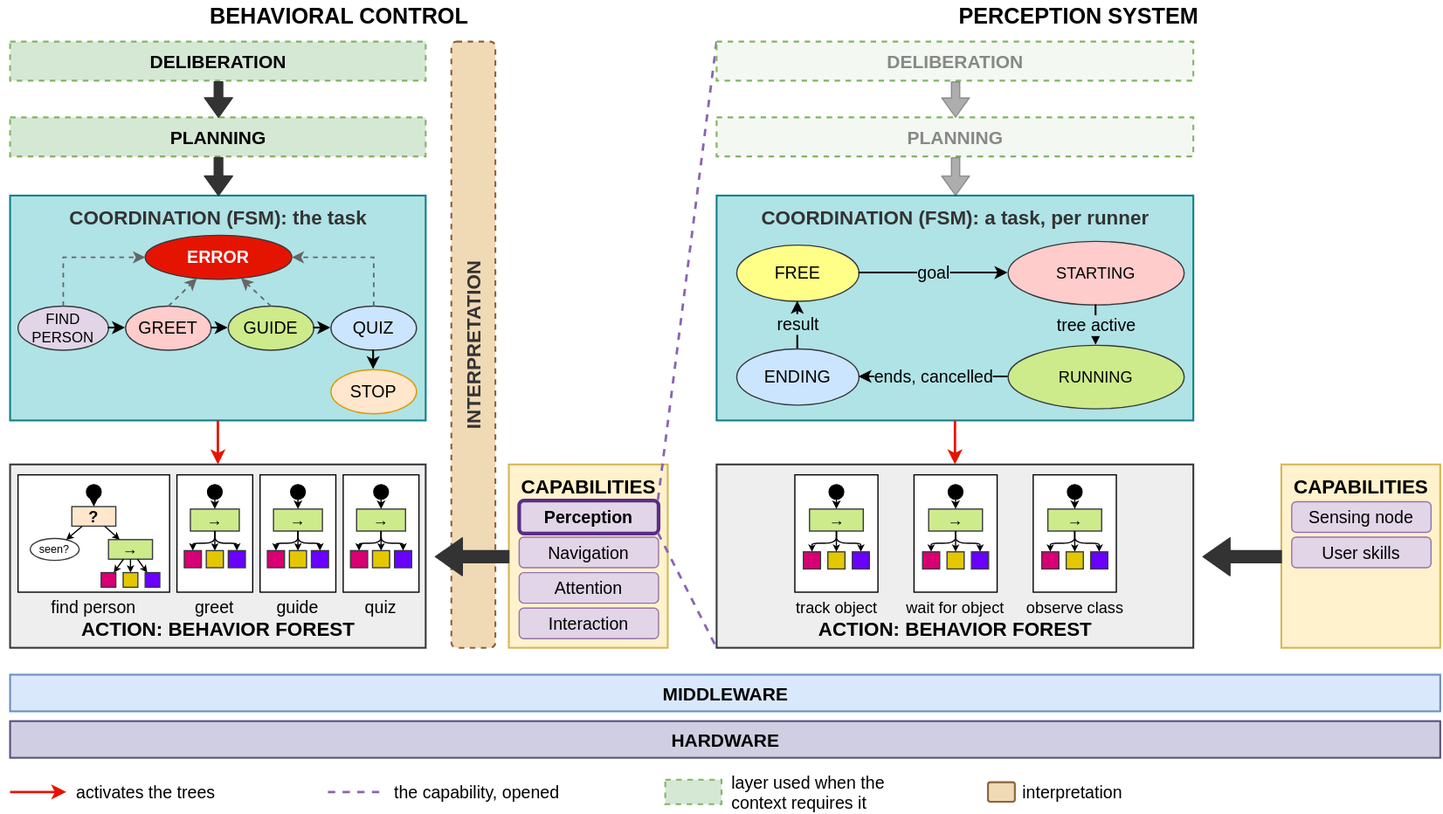
The draw.io diagram media/perception_fractal_architecture.drawio.svg in geriabot/perception_system, before a commit. Source tidied: cells renumbered, new cells last; positions are measured from the earlier drawing's top-left corner, leaving out a move shared by most shapes.
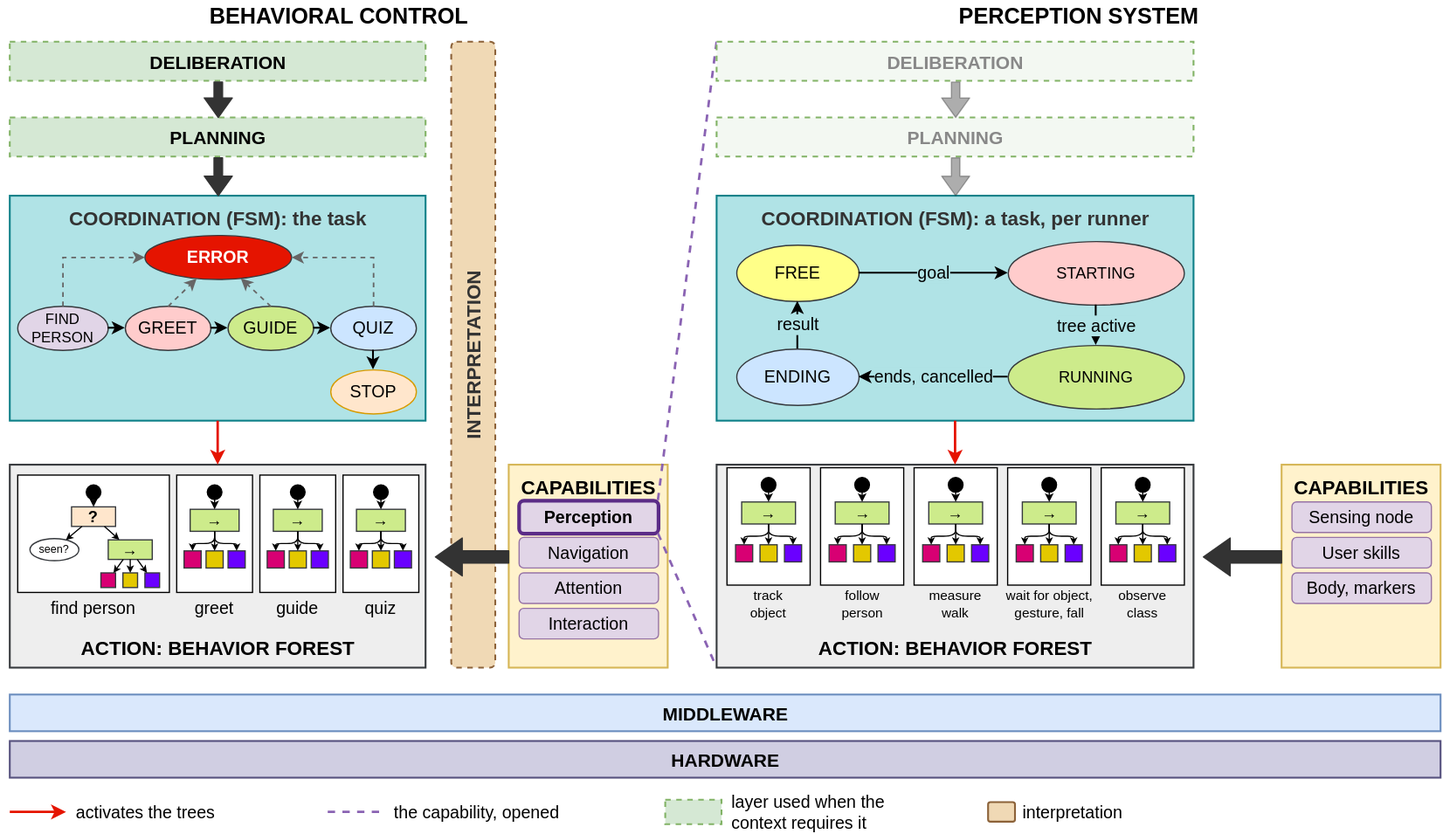
The same diagram one commit later.

Change to the diagram source:
```diff
@@ -5,3 +5,3 @@
     <mxCell id="2" value="INTERPRETATION" style="rounded=1;arcSize=12;whiteSpace=wrap;html=1;fillColor=#f0d9b5;strokeColor=#8c6239;strokeWidth=1.5;horizontal=0;fontStyle=1;fontSize=16;fontColor=#333333;fontFamily=Helvetica;dashed=1;" parent="1" vertex="1">
-      <mxGeometry x="361" y="34" width="36" height="496" as="geometry" />
+      <mxGeometry x="361" y="34" width="36" height="512" as="geometry" />
     </mxCell>
@@ -59,3 +59,3 @@
     <mxCell id="20" value="ACTION: BEHAVIOR FOREST" style="rounded=0;whiteSpace=wrap;html=1;fillColor=#eeeeee;strokeColor=#36393d;strokeWidth=1.5;verticalAlign=bottom;spacingBottom=4;fontStyle=1;fontSize=16;fontFamily=Helvetica;" parent="1" vertex="1">
-      <mxGeometry y="380" width="340" height="150" as="geometry" />
+      <mxGeometry y="380" width="340" height="166" as="geometry" />
     </mxCell>
@@ -167,3 +167,3 @@
     <mxCell id="55" value="CAPABILITIES" style="rounded=0;whiteSpace=wrap;html=1;fillColor=#fff2cc;strokeColor=#d6b656;strokeWidth=1.5;verticalAlign=top;fontStyle=1;fontSize=16;spacingTop=2;fontFamily=Helvetica;" parent="1" vertex="1">
-      <mxGeometry x="408" y="380" width="130" height="150" as="geometry" />
+      <mxGeometry x="408" y="380" width="130" height="166" as="geometry" />
     </mxCell>
@@ -181,3 +181,3 @@
     </mxCell>
-    <mxCell id="60" style="shape=flexArrow;endArrow=classic;html=1;fillColor=#333333;strokeColor=#333333;width=10;endSize=7;endWidth=20;exitX=0;exitY=0.5;" parent="1" edge="1" source="55">
+    <mxCell id="60" style="shape=flexArrow;endArrow=classic;html=1;fillColor=#333333;strokeColor=#333333;width=10;endSize=7;endWidth=20;exitX=0;exitY=0.4518;" parent="1" edge="1" source="55">
       <mxGeometry relative="1" as="geometry">
@@ -195,3 +195,3 @@
         <mxPoint x="530" y="436" as="sourcePoint" />
-        <mxPoint x="578" y="530" as="targetPoint" />
+        <mxPoint x="578" y="546" as="targetPoint" />
       </mxGeometry>
@@ -241,3 +241,3 @@
     <mxCell id="77" value="ACTION: BEHAVIOR FOREST" style="rounded=0;whiteSpace=wrap;html=1;fillColor=#eeeeee;strokeColor=#36393d;strokeWidth=1.5;verticalAlign=bottom;spacingBottom=4;fontStyle=1;fontSize=16;fontFamily=Helvetica;" parent="1" vertex="1">
-      <mxGeometry x="578" y="380" width="390" height="150" as="geometry" />
+      <mxGeometry x="578" y="380" width="390" height="166" as="geometry" />
     </mxCell>
@@ -250,3 +250,3 @@
     <mxCell id="79" value="CAPABILITIES" style="rounded=0;whiteSpace=wrap;html=1;fillColor=#fff2cc;strokeColor=#d6b656;strokeWidth=1.5;verticalAlign=top;fontStyle=1;fontSize=16;spacingTop=2;fontFamily=Helvetica;" parent="1" vertex="1">
-      <mxGeometry x="1040" y="380" width="130" height="150" as="geometry" />
+      <mxGeometry x="1040" y="380" width="130" height="166" as="geometry" />
     </mxCell>
@@ -258,3 +258,3 @@
     </mxCell>
-    <mxCell id="82" style="shape=flexArrow;endArrow=classic;html=1;fillColor=#333333;strokeColor=#333333;width=10;endSize=7;endWidth=20;exitX=0;exitY=0.5;" parent="1" edge="1" source="79">
+    <mxCell id="82" style="shape=flexArrow;endArrow=classic;html=1;fillColor=#333333;strokeColor=#333333;width=10;endSize=7;endWidth=20;exitX=0;exitY=0.4518;" parent="1" edge="1" source="79">
       <mxGeometry relative="1" as="geometry">
@@ -264,6 +264,6 @@
     <mxCell id="83" value="&lt;b&gt;MIDDLEWARE&lt;/b&gt;" style="rounded=0;whiteSpace=wrap;html=1;fillColor=#dae8fc;strokeColor=#6c8ebf;strokeWidth=1.5;fontSize=15;fontFamily=Helvetica;" parent="1" vertex="1">
-      <mxGeometry y="552" width="1170" height="30" as="geometry" />
+      <mxGeometry y="568" width="1170" height="30" as="geometry" />
     </mxCell>
     <mxCell id="84" value="&lt;b&gt;HARDWARE&lt;/b&gt;" style="rounded=0;whiteSpace=wrap;html=1;fillColor=#d0cee2;strokeColor=#56517e;strokeWidth=1.5;fontSize=15;fontFamily=Helvetica;" parent="1" vertex="1">
-      <mxGeometry y="590" width="1170" height="30" as="geometry" />
+      <mxGeometry y="606" width="1170" height="30" as="geometry" />
     </mxCell>
@@ -271,4 +271,4 @@
       <mxGeometry relative="1" as="geometry">
-        <mxPoint y="648" as="sourcePoint" />
-        <mxPoint x="46" y="648" as="targetPoint" />
+        <mxPoint y="664" as="sourcePoint" />
+        <mxPoint x="46" y="664" as="targetPoint" />
       </mxGeometry>
@@ -276,3 +276,3 @@
     <mxCell id="86" value="activates the trees" style="text;html=1;align=center;verticalAlign=middle;whiteSpace=wrap;strokeColor=none;fillColor=none;fontFamily=Helvetica;align=left;fontSize=14;" parent="1" vertex="1">
-      <mxGeometry x="52" y="636" width="220" height="24" as="geometry" />
+      <mxGeometry x="52" y="652" width="220" height="24" as="geometry" />
     </mxCell>
@@ -280,4 +280,4 @@
       <mxGeometry relative="1" as="geometry">
-        <mxPoint x="260" y="648" as="sourcePoint" />
-        <mxPoint x="306" y="648" as="targetPoint" />
+        <mxPoint x="260" y="664" as="sourcePoint" />
+        <mxPoint x="306" y="664" as="targetPoint" />
       </mxGeometry>
@@ -285,18 +285,18 @@
     <mxCell id="88" value="the capability, opened" style="text;html=1;align=center;verticalAlign=middle;whiteSpace=wrap;strokeColor=none;fillColor=none;fontFamily=Helvetica;align=left;fontSize=14;" parent="1" vertex="1">
-      <mxGeometry x="312" y="636" width="210" height="24" as="geometry" />
+      <mxGeometry x="312" y="652" width="210" height="24" as="geometry" />
     </mxCell>
     <mxCell id="89" style="rounded=0;whiteSpace=wrap;html=1;fillColor=#d5e8d4;strokeColor=#82b366;strokeWidth=1.5;dashed=1;fontSize=15;fontFamily=Helvetica;" parent="1" vertex="1">
-      <mxGeometry x="536" y="638" width="46" height="20" as="geometry" />
+      <mxGeometry x="536" y="654" width="46" height="20" as="geometry" />
     </mxCell>
     <mxCell id="90" value="layer used when the context requires it" style="text;html=1;align=center;verticalAlign=middle;whiteSpace=wrap;strokeColor=none;fillColor=none;fontFamily=Helvetica;align=left;fontSize=14;" parent="1" vertex="1">
-      <mxGeometry x="588" y="636" width="160" height="24" as="geometry" />
+      <mxGeometry x="588" y="652" width="160" height="24" as="geometry" />
     </mxCell>
     <mxCell id="91" style="rounded=0;whiteSpace=wrap;html=1;fillColor=#ffffff;strokeColor=#000000;" parent="1" vertex="1">
-      <mxGeometry x="641.5" y="388" width="68" height="96" as="geometry" />
+      <mxGeometry x="586" y="382" width="68" height="96" as="geometry" />
     </mxCell>
     <mxCell id="92" style="ellipse;fillColor=#000000;strokeColor=#000000;" parent="1" vertex="1">
-      <mxGeometry x="669.5" y="396" width="12" height="12" as="geometry" />
+      <mxGeometry x="614" y="390" width="12" height="12" as="geometry" />
     </mxCell>
     <mxCell id="93" value="→" style="rounded=0;whiteSpace=wrap;html=1;fillColor=#cdeb8b;strokeColor=#36393d;fontSize=13;fontStyle=1;" parent="1" vertex="1">
-      <mxGeometry x="653.5" y="416" width="44" height="18" as="geometry" />
+      <mxGeometry x="598" y="410" width="44" height="18" as="geometry" />
     </mxCell>
@@ -306,3 +306,3 @@
     <mxCell id="95" style="rounded=0;fillColor=#d80073;strokeColor=#36393d;" parent="1" vertex="1">
-      <mxGeometry x="648.5" y="451" width="14" height="14" as="geometry" />
+      <mxGeometry x="593" y="445" width="14" height="14" as="geometry" />
     </mxCell>
@@ -312,3 +312,3 @@
     <mxCell id="97" style="rounded=0;fillColor=#e3c800;strokeColor=#36393d;" parent="1" vertex="1">
-      <mxGeometry x="668.5" y="451" width="14" height="14" as="geometry" />
+      <mxGeometry x="613" y="445" width="14" height="14" as="geometry" />
     </mxCell>
@@ -318,3 +318,3 @@
     <mxCell id="99" style="rounded=0;fillColor=#6a00ff;strokeColor=#36393d;" parent="1" vertex="1">
-      <mxGeometry x="688.5" y="451" width="14" height="14" as="geometry" />
+      <mxGeometry x="633" y="445" width="14" height="14" as="geometry" />
     </mxCell>
@@ -323,13 +323,13 @@
     </mxCell>
-    <mxCell id="101" value="track object" style="text;html=1;align=center;verticalAlign=middle;whiteSpace=wrap;strokeColor=none;fillColor=none;fontFamily=Helvetica;fontSize=13;" parent="1" vertex="1">
-      <mxGeometry x="620.5" y="486" width="110" height="22" as="geometry" />
+    <mxCell id="101" value="track&lt;br&gt;object" style="text;html=1;align=center;verticalAlign=middle;whiteSpace=wrap;strokeColor=none;fillColor=none;fontFamily=Helvetica;fontSize=13;fontSize=11;" parent="1" vertex="1">
+      <mxGeometry x="580" y="480" width="80" height="28" as="geometry" />
     </mxCell>
     <mxCell id="102" style="rounded=0;whiteSpace=wrap;html=1;fillColor=#ffffff;strokeColor=#000000;" parent="1" vertex="1">
-      <mxGeometry x="739" y="388" width="68" height="96" as="geometry" />
+      <mxGeometry x="662.5" y="382" width="68" height="96" as="geometry" />
     </mxCell>
     <mxCell id="103" style="ellipse;fillColor=#000000;strokeColor=#000000;" parent="1" vertex="1">
-      <mxGeometry x="767" y="396" width="12" height="12" as="geometry" />
+      <mxGeometry x="690.5" y="390" width="12" height="12" as="geometry" />
     </mxCell>
     <mxCell id="104" value="→" style="rounded=0;whiteSpace=wrap;html=1;fillColor=#cdeb8b;strokeColor=#36393d;fontSize=13;fontStyle=1;" parent="1" vertex="1">
-      <mxGeometry x="751" y="416" width="44" height="18" as="geometry" />
+      <mxGeometry x="674.5" y="410" width="44" height="18" as="geometry" />
     </mxCell>
@@ -339,3 +339,3 @@
     <mxCell id="106" style="rounded=0;fillColor=#d80073;strokeColor=#36393d;" parent="1" vertex="1">
-      <mxGeometry x="746" y="451" width="14" height="14" as="geometry" />
+      <mxGeometry x="669.5" y="445" width="14" height="14" as="geometry" />
     </mxCell>
@@ -345,3 +345,3 @@
     <mxCell id="108" style="rounded=0;fillColor=#e3c800;strokeColor=#36393d;" parent="1" vertex="1">
-      <mxGeometry x="766" y="451" width="14" height="14" as="geometry" />
+      <mxGeometry x="689.5" y="445" width="14" height="14" as="geometry" />
     </mxCell>
@@ -351,3 +351,3 @@
     <mxCell id="110" style="rounded=0;fillColor=#6a00ff;strokeColor=#36393d;" parent="1" vertex="1">
-      <mxGeometry x="786" y="451" width="14" height="14" as="geometry" />
+      <mxGeometry x="709.5" y="445" width="14" height="14" as="geometry" />
     </mxCell>
@@ -356,13 +356,13 @@
     </mxCell>
-    <mxCell id="112" value="wait for object" style="text;html=1;align=center;verticalAlign=middle;whiteSpace=wrap;strokeColor=none;fillColor=none;fontFamily=Helvetica;fontSize=13;" parent="1" vertex="1">
-      <mxGeometry x="718" y="486" width="110" height="22" as="geometry" />
+    <mxCell id="112" value="follow&lt;br&gt;person" style="text;html=1;align=center;verticalAlign=middle;whiteSpace=wrap;strokeColor=none;fillColor=none;fontFamily=Helvetica;fontSize=13;fontSize=11;" parent="1" vertex="1">
+      <mxGeometry x="656.5" y="480" width="80" height="28" as="geometry" />
     </mxCell>
     <mxCell id="113" style="rounded=0;whiteSpace=wrap;html=1;fillColor=#ffffff;strokeColor=#000000;" parent="1" vertex="1">
-      <mxGeometry x="836.5" y="388" width="68" height="96" as="geometry" />
+      <mxGeometry x="739" y="382" width="68" height="96" as="geometry" />
     </mxCell>
     <mxCell id="114" style="ellipse;fillColor=#000000;strokeColor=#000000;" parent="1" vertex="1">
-      <mxGeometry x="864.5" y="396" width="12" height="12" as="geometry" />
+      <mxGeometry x="767" y="390" width="12" height="12" as="geometry" />
     </mxCell>
     <mxCell id="115" value="→" style="rounded=0;whiteSpace=wrap;html=1;fillColor=#cdeb8b;strokeColor=#36393d;fontSize=13;fontStyle=1;" parent="1" vertex="1">
-      <mxGeometry x="848.5" y="416" width="44" height="18" as="geometry" />
+      <mxGeometry x="751" y="410" width="44" height="18" as="geometry" />
     </mxCell>
@@ -372,3 +372,3 @@
     <mxCell id="117" style="rounded=0;fillColor=#d80073;strokeColor=#36393d;" parent="1" vertex="1">
-      <mxGeometry x="843.5" y="451" width="14" height="14" as="geometry" />
+      <mxGeometry x="746" y="445" width="14" height="14" as="geometry" />
     </mxCell>
@@ -378,3 +378,3 @@
     <mxCell id="119" style="rounded=0;fillColor=#e3c800;strokeColor=#36393d;" parent="1" vertex="1">
-      <mxGeometry x="863.5" y="451" width="14" height="14" as="geometry" />
+      <mxGeometry x="766" y="445" width="14" height="14" as="geometry" />
     </mxCell>
@@ -384,3 +384,3 @@
     <mxCell id="121" style="rounded=0;fillColor=#6a00ff;strokeColor=#36393d;" parent="1" vertex="1">
-      <mxGeometry x="883.5" y="451" width="14" height="14" as="geometry" />
+      <mxGeometry x="786" y="445" width="14" height="14" as="geometry" />
     </mxCell>
@@ -389,10 +389,76 @@
     </mxCell>
-    <mxCell id="123" value="observe class" style="text;html=1;align=center;verticalAlign=middle;whiteSpace=wrap;strokeColor=none;fillColor=none;fontFamily=Helvetica;fontSize=13;" parent="1" vertex="1">
-      <mxGeometry x="815.5" y="486" width="110" height="22" as="geometry" />
+    <mxCell id="123" value="measure&lt;br&gt;walk" style="text;html=1;align=center;verticalAlign=middle;whiteSpace=wrap;strokeColor=none;fillColor=none;fontFamily=Helvetica;fontSize=13;fontSize=11;" parent="1" vertex="1">
+      <mxGeometry x="733" y="480" width="80" height="28" as="geometry" />
     </mxCell>
+    <mxCell id="144" style="rounded=0;whiteSpace=wrap;html=1;fillColor=#ffffff;strokeColor=#000000;" parent="1" vertex="1">
+      <mxGeometry x="815.5" y="382" width="68" height="96" as="geometry" />
+    </mxCell>
+    <mxCell id="145" style="ellipse;fillColor=#000000;strokeColor=#000000;" parent="1" vertex="1">
+      <mxGeometry x="843.5" y="390" width="12" height="12" as="geometry" />
+    </mxCell>
+    <mxCell id="146" value="→" style="rounded=0;whiteSpace=wrap;html=1;fillColor=#cdeb8b;strokeColor=#36393d;fontSize=13;fontStyle=1;" parent="1" vertex="1">
+      <mxGeometry x="827.5" y="410" width="44" height="18" as="geometry" />
+    </mxCell>
+    <mxCell id="147" style="endArrow=classic;html=1;endSize=4;" parent="1" edge="1" source="145" target="146">
+      <mxGeometry relative="1" as="geometry" />
+    </mxCell>
+    <mxCell id="148" style="rounded=0;fillColor=#d80073;strokeColor=#36393d;" parent="1" vertex="1">
+      <mxGeometry x="822.5" y="445" width="14" height="14" as="geometry" />
+    </mxCell>
+    <mxCell id="149" style="endArrow=classic;html=1;endSize=3;edgeStyle=orthogonalEdgeStyle;" parent="1" edge="1" source="146" target="148">
+      <mxGeometry relative="1" as="geometry" />
+    </mxCell>
+    <mxCell id="150" style="rounded=0;fillColor=#e3c800;strokeColor=#36393d;" parent="1" vertex="1">
+      <mxGeometry x="842.5" y="445" width="14" height="14" as="geometry" />
+    </mxCell>
+    <mxCell id="151" style="endArrow=classic;html=1;endSize=3;edgeStyle=orthogonalEdgeStyle;" parent="1" edge="1" source="146" target="150">
+      <mxGeometry relative="1" as="geometry" />
+    </mxCell>
+    <mxCell id="152" style="rounded=0;fillColor=#6a00ff;strokeColor=#36393d;" parent="1" vertex="1">
+      <mxGeometry x="862.5" y="445" width="14" height="14" as="geometry" />
+    </mxCell>
+    <mxCell id="153" style="endArrow=classic;html=1;endSize=3;edgeStyle=orthogonalEdgeStyle;" parent="1" edge="1" source="146" target="152">
+      <mxGeometry relative="1" as="geometry" />
+    </mxCell>
+    <mxCell id="154" value="wait for object,&lt;br&gt;gesture, fall" style="text;html=1;align=center;verticalAlign=middle;whiteSpace=wrap;strokeColor=none;fillColor=none;fontFamily=Helvetica;fontSize=13;fontSize=11;" parent="1" vertex="1">
+      <mxGeometry x="797.5" y="480" width="104" height="28" as="geometry" />
+    </mxCell>
+    <mxCell id="155" style="rounded=0;whiteSpace=wrap;html=1;fillColor=#ffffff;strokeColor=#000000;" parent="1" vertex="1">
+      <mxGeometry x="892" y="382" width="68" height="96" as="geometry" />
+    </mxCell>
+    <mxCell id="156" style="ellipse;fillColor=#000000;strokeColor=#000000;" parent="1" vertex="1">
+      <mxGeometry x="920" y="390" width="12" height="12" as="geometry" />
+    </mxCell>
+    <mxCell id="157" value="→" style="rounded=0;whiteSpace=wrap;html=1;fillColor=#cdeb8b;strokeColor=#36393d;fontSize=13;fontStyle=1;" parent="1" vertex="1">
+      <mxGeometry x="904" y="410" width="44" height="18" as="geometry" />
+    </mxCell>
+    <mxCell id="158" style="endArrow=classic;html=1;endSize=4;" parent="1" edge="1" source="156" target="157">
+      <mxGeometry relative="1" as="geometry" />
+    </mxCell>
+    <mxCell id="159" style="rounded=0;fillColor=#d80073;strokeColor=#36393d;" parent="1" vertex="1">
+      <mxGeometry x="899" y="445" width="14" height="14" as="geometry" />
+    </mxCell>
+    <mxCell id="160" style="endArrow=classic;html=1;endSize=3;edgeStyle=orthogonalEdgeStyle;" parent="1" edge="1" source="157" target="159">
+      <mxGeometry relative="1" as="geometry" />
+    </mxCell>
+    <mxCell id="161" style="rounded=0;fillColor=#e3c800;strokeColor=#36393d;" parent="1" vertex="1">
+      <mxGeometry x="919" y="445" width="14" height="14" as="geometry" />
+    </mxCell>
+    <mxCell id="162" style="endArrow=classic;html=1;endSize=3;edgeStyle=orthogonalEdgeStyle;" parent="1" edge="1" source="157" target="161">
+      <mxGeometry relative="1" as="geometry" />
+    </mxCell>
+    <mxCell id="163" style="rounded=0;fillColor=#6a00ff;strokeColor=#36393d;" parent="1" vertex="1">
+      <mxGeometry x="939" y="445" width="14" height="14" as="geometry" />
+    </mxCell>
+    <mxCell id="164" style="endArrow=classic;html=1;endSize=3;edgeStyle=orthogonalEdgeStyle;" parent="1" edge="1" source="157" target="163">
+      <mxGeometry relative="1" as="geometry" />
+    </mxCell>
+    <mxCell id="165" value="observe&lt;br&gt;class" style="text;html=1;align=center;verticalAlign=middle;whiteSpace=wrap;strokeColor=none;fillColor=none;fontFamily=Helvetica;fontSize=13;fontSize=11;" parent="1" vertex="1">
+      <mxGeometry x="886" y="480" width="80" height="28" as="geometry" />
+    </mxCell>
     <mxCell id="124" style="rounded=1;arcSize=12;whiteSpace=wrap;html=1;fillColor=#f0d9b5;strokeColor=#8c6239;strokeWidth=1.5;" parent="1" vertex="1">
-      <mxGeometry x="800" y="640" width="22" height="16" as="geometry" />
+      <mxGeometry x="800" y="656" width="22" height="16" as="geometry" />
     </mxCell>
     <mxCell id="125" value="interpretation" style="text;html=1;align=left;verticalAlign=middle;whiteSpace=wrap;strokeColor=none;fillColor=none;fontFamily=Helvetica;fontSize=14;" parent="1" vertex="1">
-      <mxGeometry x="826" y="636" width="190" height="24" as="geometry" />
+      <mxGeometry x="826" y="652" width="190" height="24" as="geometry" />
     </mxCell>
@@ -452,2 +518,5 @@
     </mxCell>
+    <mxCell id="166" value="Body, markers" style="rounded=1;whiteSpace=wrap;html=1;fillColor=#e1d5e7;strokeColor=#9673a6;fontSize=15;fontFamily=Helvetica;fontSize=14;" parent="1" vertex="1">
+      <mxGeometry x="1048" y="468" width="114" height="25" as="geometry" />
+    </mxCell>
   </root>
```
